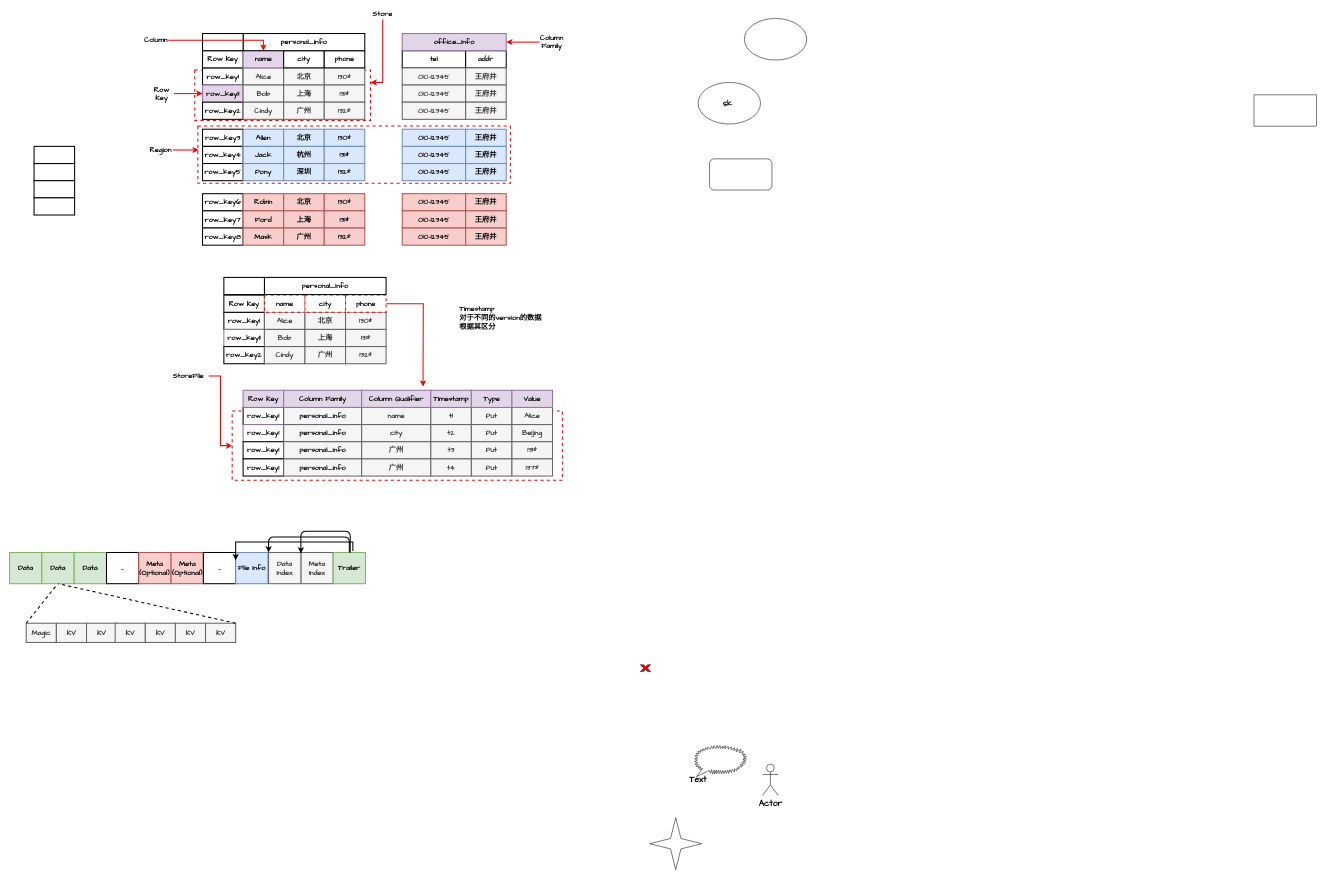
Earlier version of the draw.io diagram src/main/leetcode_manuscripts/draw_io/hbase_test_1.drawio (wat1r/geek-algorithm-leetcode). Source tidied: cells renumbered, new cells numbered last; positions are measured from the earlier drawing's top-left corner, leaving out a move shared by most shapes. Both pictures are drawn from the tidied source at 52%, with x=0, y=0 at pixel (9, 9).
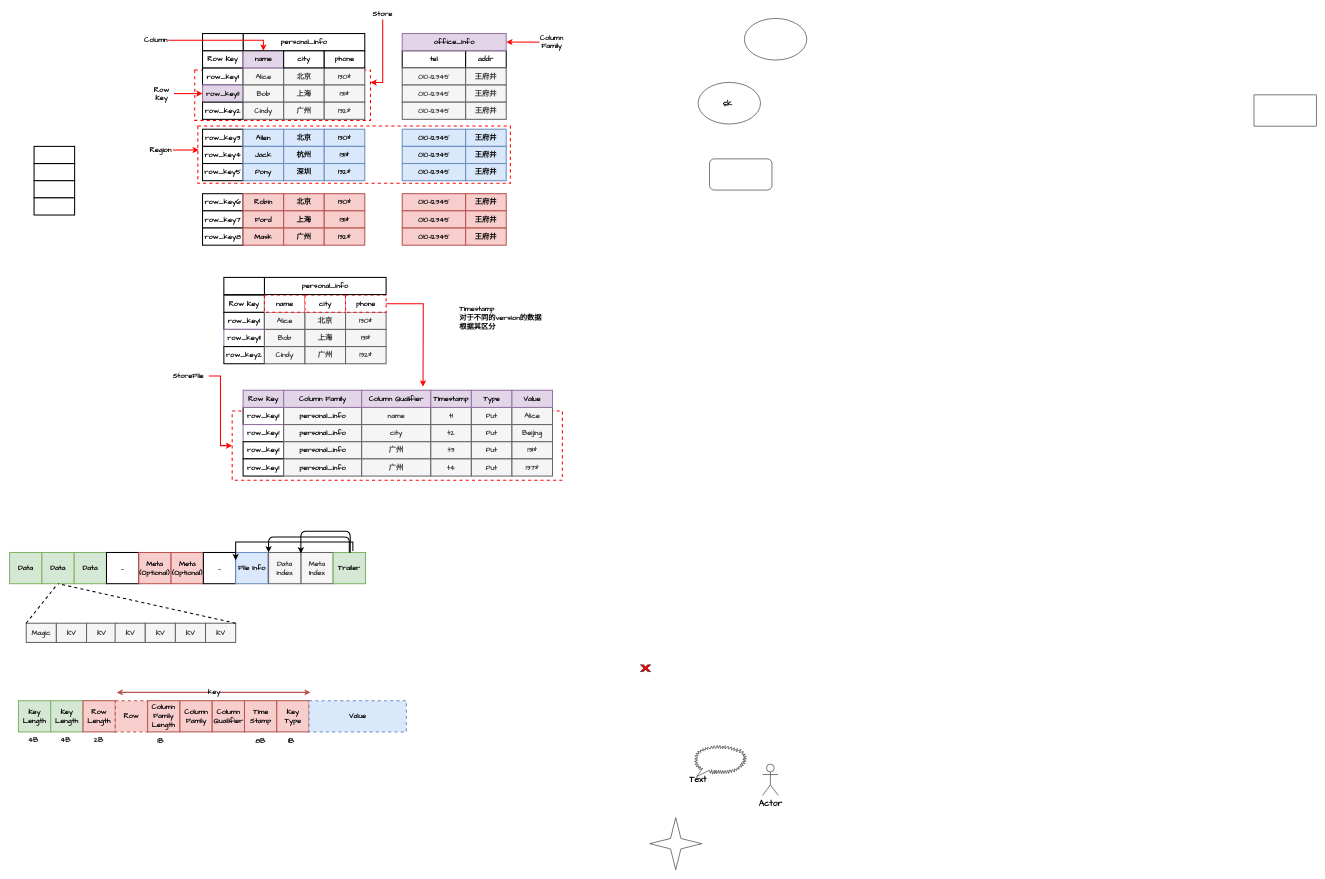
The same diagram, later.

The edit, as a diff of the source:
```diff
@@
+    <mxCell id="166" value="Key&lt;br style=&quot;font-size: 14px;&quot;&gt;Length" style="rounded=0;whiteSpace=wrap;html=1;strokeWidth=2;fontFamily=Comic Sans MS;fontStyle=1;fontSize=14;fillColor=#d5e8d4;strokeColor=#82b366;" parent="1" vertex="1">
+      <mxGeometry x="17" y="1330" width="62.1" height="60" as="geometry" />
+    </mxCell>
+    <mxCell id="167" value="Key&lt;br style=&quot;font-size: 14px;&quot;&gt;Length" style="rounded=0;whiteSpace=wrap;html=1;strokeWidth=2;fontFamily=Comic Sans MS;fontStyle=1;fontSize=14;fillColor=#d5e8d4;strokeColor=#82b366;" parent="1" vertex="1">
+      <mxGeometry x="79.1" y="1330" width="62.1" height="60" as="geometry" />
+    </mxCell>
+    <mxCell id="168" value="Row&lt;br style=&quot;font-size: 14px;&quot;&gt;Length" style="rounded=0;whiteSpace=wrap;html=1;strokeWidth=2;fontFamily=Comic Sans MS;fontStyle=1;fontSize=14;fillColor=#f8cecc;strokeColor=#b85450;" parent="1" vertex="1">
+      <mxGeometry x="141.2" y="1330" width="62.1" height="60" as="geometry" />
+    </mxCell>
+    <mxCell id="169" value="Row" style="rounded=0;whiteSpace=wrap;html=1;strokeWidth=2;fontFamily=Comic Sans MS;fontStyle=1;fontSize=14;fillColor=#f8cecc;strokeColor=#b85450;dashed=1;" parent="1" vertex="1">
+      <mxGeometry x="203.3" y="1330" width="62.1" height="60" as="geometry" />
+    </mxCell>
+    <mxCell id="170" value="Column Family Length" style="rounded=0;whiteSpace=wrap;html=1;strokeWidth=2;fontFamily=Comic Sans MS;fontStyle=1;fontSize=14;fillColor=#f8cecc;strokeColor=#b85450;" parent="1" vertex="1">
+      <mxGeometry x="265.4" y="1330" width="62.1" height="60" as="geometry" />
+    </mxCell>
+    <mxCell id="171" value="Column Family" style="rounded=0;whiteSpace=wrap;html=1;strokeWidth=2;fontFamily=Comic Sans MS;fontStyle=1;fontSize=14;fillColor=#f8cecc;strokeColor=#b85450;" parent="1" vertex="1">
+      <mxGeometry x="327.5" y="1330" width="62.1" height="60" as="geometry" />
+    </mxCell>
+    <mxCell id="172" value="Column Quailifier" style="rounded=0;whiteSpace=wrap;html=1;strokeWidth=2;fontFamily=Comic Sans MS;fontStyle=1;fontSize=14;fillColor=#f8cecc;strokeColor=#b85450;" parent="1" vertex="1">
+      <mxGeometry x="389.6" y="1330" width="62.1" height="60" as="geometry" />
+    </mxCell>
+    <mxCell id="173" value="Time Stamp" style="rounded=0;whiteSpace=wrap;html=1;strokeWidth=2;fontFamily=Comic Sans MS;fontStyle=1;fontSize=14;fillColor=#f8cecc;strokeColor=#b85450;" parent="1" vertex="1">
+      <mxGeometry x="451.7" y="1330" width="62.1" height="60" as="geometry" />
+    </mxCell>
+    <mxCell id="174" value="Key Type" style="rounded=0;whiteSpace=wrap;html=1;strokeWidth=2;fontFamily=Comic Sans MS;fontStyle=1;fontSize=14;fillColor=#f8cecc;strokeColor=#b85450;" parent="1" vertex="1">
+      <mxGeometry x="513.8" y="1330" width="62.1" height="60" as="geometry" />
+    </mxCell>
+    <mxCell id="175" value="Value" style="rounded=0;whiteSpace=wrap;html=1;strokeWidth=2;fontFamily=Comic Sans MS;fontStyle=1;fontSize=14;fillColor=#dae8fc;strokeColor=#6c8ebf;dashed=1;" parent="1" vertex="1">
+      <mxGeometry x="575.9" y="1330" width="187.1" height="60" as="geometry" />
+    </mxCell>
+    <mxCell id="176" value="key" style="endArrow=classic;startArrow=classic;html=1;fontSize=14;strokeWidth=2;fontFamily=Comic Sans MS;fontStyle=1;fillColor=#f8cecc;strokeColor=#b85450;" parent="1" edge="1">
+      <mxGeometry relative="1" as="geometry">
+        <mxPoint x="205.9" y="1314" as="sourcePoint" />
+        <mxPoint x="578.9" y="1314" as="targetPoint" />
+      </mxGeometry>
+    </mxCell>
+    <mxCell id="177" value="4B" style="text;html=1;strokeColor=none;fillColor=none;align=center;verticalAlign=middle;whiteSpace=wrap;rounded=0;fontFamily=Comic Sans MS;fontSize=14;fontStyle=1;" parent="1" vertex="1">
+      <mxGeometry x="22" y="1396" width="47" height="20" as="geometry" />
+    </mxCell>
+    <mxCell id="178" value="4B" style="text;html=1;strokeColor=none;fillColor=none;align=center;verticalAlign=middle;whiteSpace=wrap;rounded=0;fontFamily=Comic Sans MS;fontSize=14;fontStyle=1;" parent="1" vertex="1">
+      <mxGeometry x="84" y="1396" width="47" height="20" as="geometry" />
+    </mxCell>
+    <mxCell id="179" value="2B" style="text;html=1;strokeColor=none;fillColor=none;align=center;verticalAlign=middle;whiteSpace=wrap;rounded=0;fontFamily=Comic Sans MS;fontSize=14;fontStyle=1;" parent="1" vertex="1">
+      <mxGeometry x="147.9" y="1396" width="47" height="20" as="geometry" />
+    </mxCell>
+    <mxCell id="180" value="1B" style="text;html=1;strokeColor=none;fillColor=none;align=center;verticalAlign=middle;whiteSpace=wrap;rounded=0;fontFamily=Comic Sans MS;fontSize=14;fontStyle=1;" parent="1" vertex="1">
+      <mxGeometry x="267" y="1398" width="47" height="20" as="geometry" />
+    </mxCell>
+    <mxCell id="181" value="8B" style="text;html=1;strokeColor=none;fillColor=none;align=center;verticalAlign=middle;whiteSpace=wrap;rounded=0;fontFamily=Comic Sans MS;fontSize=14;fontStyle=1;" parent="1" vertex="1">
+      <mxGeometry x="459.2" y="1398" width="47" height="20" as="geometry" />
+    </mxCell>
+    <mxCell id="182" value="1B" style="text;html=1;strokeColor=none;fillColor=none;align=center;verticalAlign=middle;whiteSpace=wrap;rounded=0;fontFamily=Comic Sans MS;fontSize=14;fontStyle=1;" parent="1" vertex="1">
+      <mxGeometry x="518" y="1398" width="47" height="20" as="geometry" />
+    </mxCell>
```
